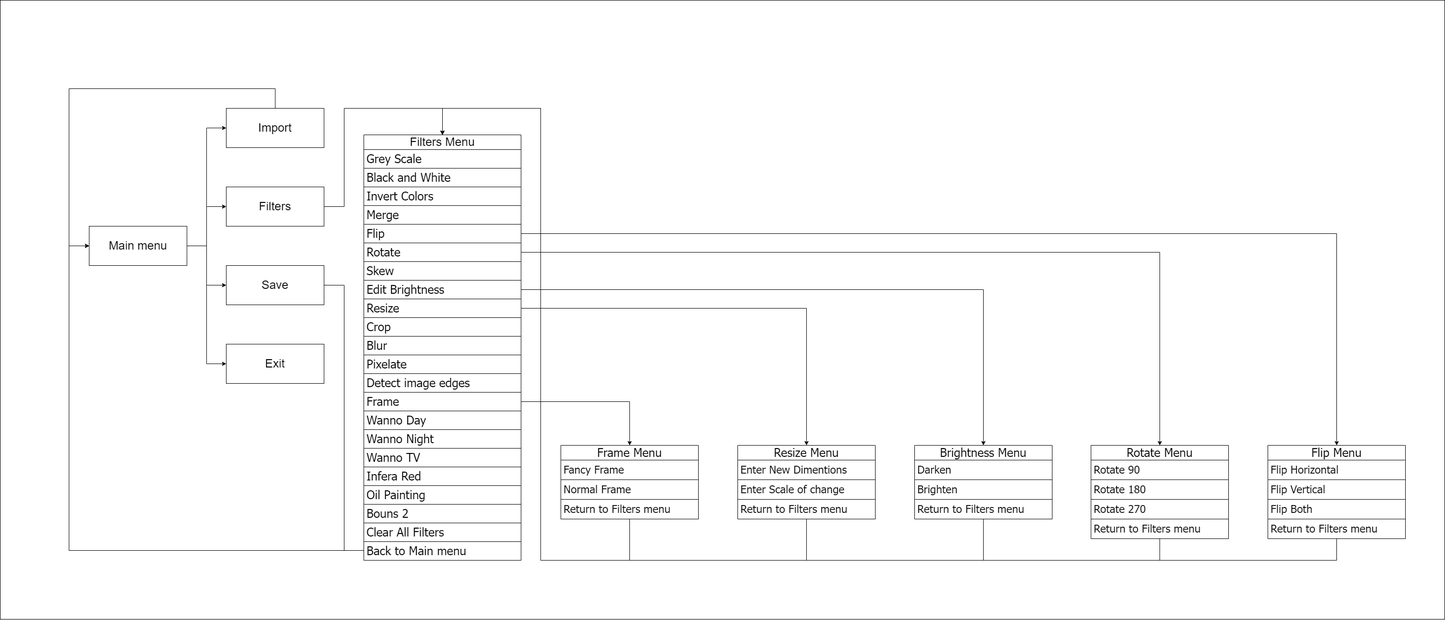
The draw.io diagram map.png in mohamedtarikz/BabyPhotoshop--Uni_Competition_Project, before a commit. Source tidied: cells renumbered, new cells last; positions are measured from the earlier drawing's top-left corner, leaving out a move shared by most shapes.
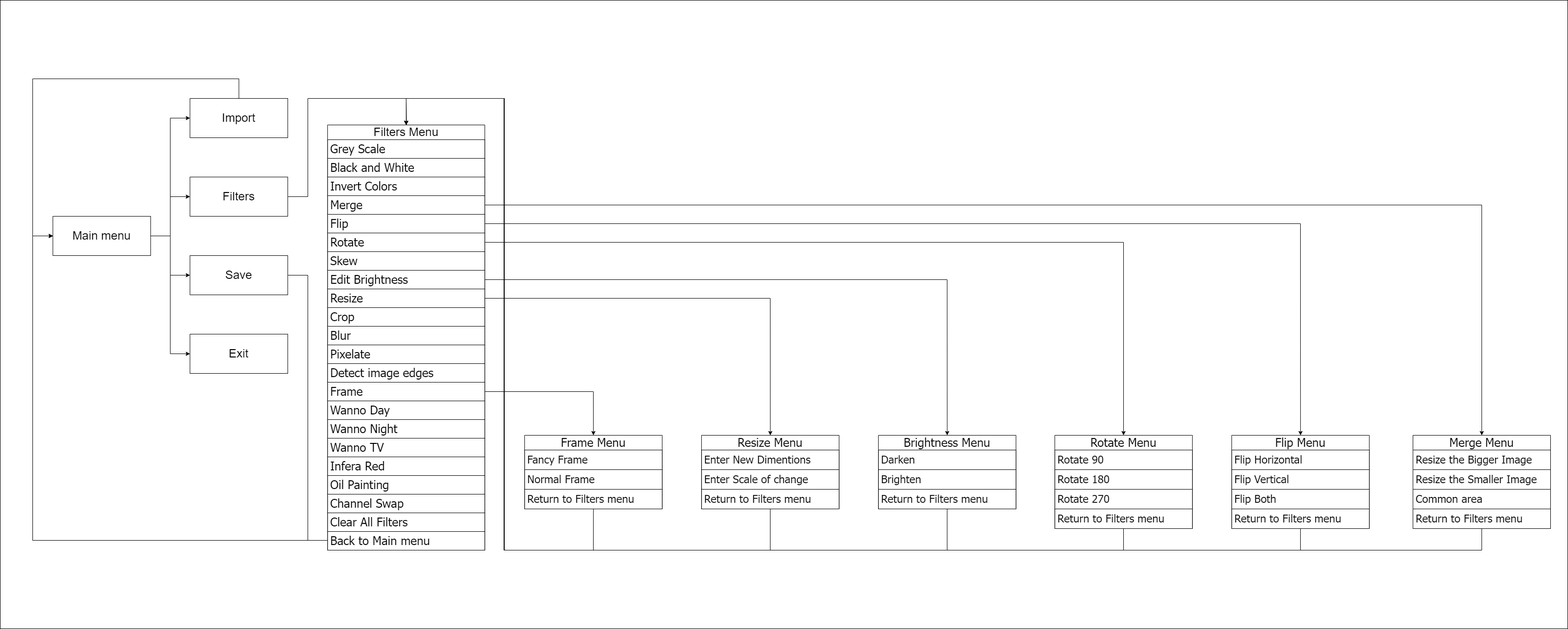
After the change.

The edit, as a diff of the source:
```diff
@@ -2,9 +2,9 @@
   <root>
     <mxCell id="0" />
     <mxCell id="1" parent="0" />
-    <mxCell id="2" style="rounded=0;whiteSpace=wrap;html=1;labelBorderColor=none;sketch=0;strokeWidth=1;fontFamily=Tahoma;fontSize=22;" parent="1" vertex="1">
-      <mxGeometry width="2940" height="1260" as="geometry" />
-    </mxCell>
+    <mxCell id="71" style="rounded=0;whiteSpace=wrap;html=1;" parent="1" vertex="1">
+      <mxGeometry x="73.9" y="20" width="3190" height="1280" as="geometry" />
+    </mxCell>
     <mxCell id="3" style="edgeStyle=orthogonalEdgeStyle;html=1;entryX=0;entryY=0.5;entryDx=0;entryDy=0;fontSize=24;rounded=0;" parent="1" edge="1" source="7" target="9">
       <mxGeometry relative="1" as="geometry" />
     </mxCell>
@@ -120,7 +120,7 @@
     <mxCell id="34" value="Oil Painting" style="text;strokeColor=default;fillColor=none;align=left;verticalAlign=middle;spacingLeft=4;spacingRight=4;overflow=hidden;whiteSpace=wrap;html=1;fontSize=24;swimlaneLine=1;perimeterSpacing=0;swimlaneFillColor=default;fontFamily=Tahoma;" parent="15" vertex="1">
       <mxGeometry y="714" width="320" height="38" as="geometry" />
     </mxCell>
-    <mxCell id="35" value="Bouns 2" style="text;strokeColor=default;fillColor=none;align=left;verticalAlign=middle;spacingLeft=4;spacingRight=4;overflow=hidden;whiteSpace=wrap;html=1;fontSize=24;swimlaneLine=1;perimeterSpacing=0;swimlaneFillColor=default;fontFamily=Tahoma;" parent="15" vertex="1">
+    <mxCell id="35" value="Channel Swap" style="text;strokeColor=default;fillColor=none;align=left;verticalAlign=middle;spacingLeft=4;spacingRight=4;overflow=hidden;whiteSpace=wrap;html=1;fontSize=24;swimlaneLine=1;perimeterSpacing=0;swimlaneFillColor=default;fontFamily=Tahoma;" parent="15" vertex="1">
       <mxGeometry y="752" width="320" height="38" as="geometry" />
     </mxCell>
     <mxCell id="36" value="Clear All Filters" style="text;strokeColor=default;fillColor=none;align=left;verticalAlign=middle;spacingLeft=4;spacingRight=4;overflow=hidden;whiteSpace=wrap;html=1;fontSize=24;swimlaneLine=1;perimeterSpacing=0;swimlaneFillColor=default;fontFamily=Tahoma;" parent="15" vertex="1">
@@ -270,5 +270,33 @@
     <mxCell id="70" style="edgeStyle=orthogonalEdgeStyle;rounded=0;html=1;entryX=0.5;entryY=0;entryDx=0;entryDy=0;fontFamily=Tahoma;fontSize=22;" parent="1" edge="1" source="29" target="66">
       <mxGeometry relative="1" as="geometry" />
     </mxCell>
+    <mxCell id="72" style="edgeStyle=orthogonalEdgeStyle;rounded=0;html=1;entryX=0.5;entryY=0;entryDx=0;entryDy=0;" parent="1" edge="1" source="73" target="15">
+      <mxGeometry relative="1" as="geometry">
+        <Array as="points">
+          <mxPoint x="3088.9" y="1140" />
+          <mxPoint x="1098.9" y="1140" />
+          <mxPoint x="1098.9" y="220" />
+          <mxPoint x="899.9" y="220" />
+        </Array>
+      </mxGeometry>
+    </mxCell>
+    <mxCell id="73" value="Merge Menu" style="swimlane;fontStyle=0;horizontal=1;startSize=30;whiteSpace=wrap;html=1;labelBorderColor=none;sketch=0;strokeWidth=1;fontFamily=Tahoma;fontSize=24;swimlaneFillColor=default;" parent="1" vertex="1">
+      <mxGeometry x="2948.9" y="906" width="280" height="190" as="geometry" />
+    </mxCell>
+    <mxCell id="74" value="Resize the Bigger Image" style="text;strokeColor=default;fillColor=none;align=left;verticalAlign=middle;spacingLeft=4;spacingRight=4;overflow=hidden;whiteSpace=wrap;html=1;labelBorderColor=none;sketch=0;strokeWidth=1;fontFamily=Tahoma;fontSize=22;" parent="73" vertex="1">
+      <mxGeometry y="30" width="280" height="40" as="geometry" />
+    </mxCell>
+    <mxCell id="75" value="Resize the Smaller Image" style="text;strokeColor=default;fillColor=none;align=left;verticalAlign=middle;spacingLeft=4;spacingRight=4;overflow=hidden;whiteSpace=wrap;html=1;labelBorderColor=none;sketch=0;strokeWidth=1;fontFamily=Tahoma;fontSize=22;" parent="73" vertex="1">
+      <mxGeometry y="70" width="280" height="40" as="geometry" />
+    </mxCell>
+    <mxCell id="76" value="Common area" style="text;strokeColor=default;fillColor=none;align=left;verticalAlign=middle;spacingLeft=4;spacingRight=4;overflow=hidden;whiteSpace=wrap;html=1;labelBorderColor=none;sketch=0;strokeWidth=1;fontFamily=Tahoma;fontSize=22;" parent="73" vertex="1">
+      <mxGeometry y="110" width="280" height="40" as="geometry" />
+    </mxCell>
+    <mxCell id="77" value="Return to Filters menu" style="text;strokeColor=default;fillColor=none;align=left;verticalAlign=middle;spacingLeft=4;spacingRight=4;overflow=hidden;whiteSpace=wrap;html=1;labelBorderColor=none;sketch=0;strokeWidth=1;fontFamily=Tahoma;fontSize=22;" parent="73" vertex="1">
+      <mxGeometry y="150" width="280" height="40" as="geometry" />
+    </mxCell>
+    <mxCell id="78" style="edgeStyle=orthogonalEdgeStyle;html=1;entryX=0.5;entryY=0;entryDx=0;entryDy=0;rounded=0;" parent="1" edge="1" source="19" target="73">
+      <mxGeometry relative="1" as="geometry" />
+    </mxCell>
   </root>
 </mxGraphModel>
```
